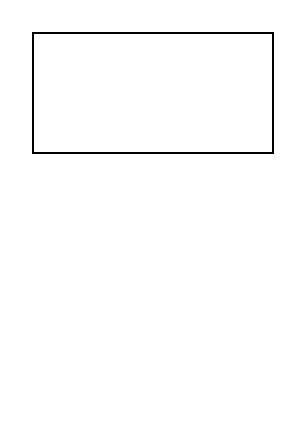
Above: SysML/Diagramma senza titolo.drawio in castrese-dimarino/drawio (draw.io), before the change. Source tidied: cells renumbered, new cells numbered last; positions are measured from the earlier drawing's top-left corner, leaving out a move shared by most shapes. Both pictures are drawn from the tidied source at 200%, with x=0, y=0 at pixel (32, 32).
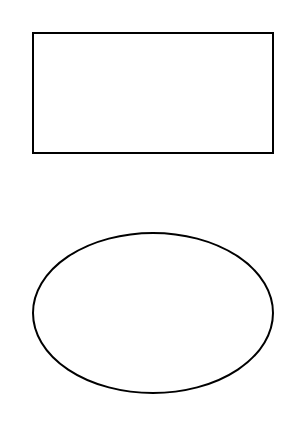
The same diagram, later.

What changed in the source:
```diff
@@
 <mxGraphModel>
   <root>
     <mxCell id="0" />
     <mxCell id="1" parent="0" />
     <mxCell id="2" style="rounded=0;whiteSpace=wrap;html=1;" parent="1" vertex="1">
       <mxGeometry width="120" height="60" as="geometry" />
     </mxCell>
+    <mxCell id="3" style="ellipse;whiteSpace=wrap;html=1;" parent="1" vertex="1">
+      <mxGeometry y="100" width="120" height="80" as="geometry" />
+    </mxCell>
   </root>
 </mxGraphModel>
```
